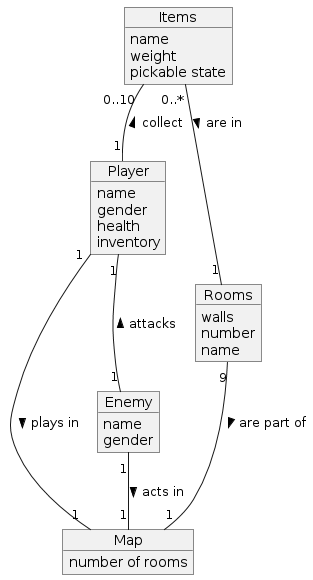
The PlantUML diagram docs/uml/DomainModel.png in nardib/TextAdventure, before a commit.
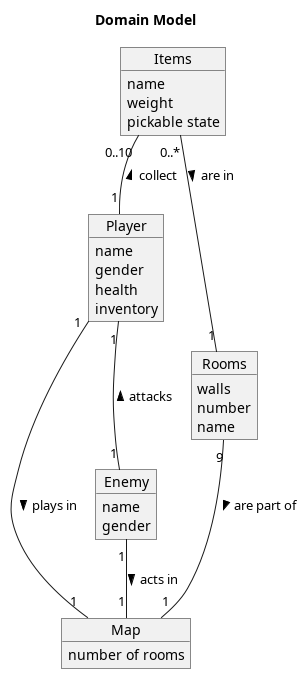
After the commit.

What changed in the source:
```diff
@@ -1,5 +1,8 @@
-@startuml
-object Player{
+@startuml DomainModel
+
+    TItle Domain Model
+
+    object Player{
         name
         gender
         health
@@ -30,4 +33,5 @@
     Enemy "1" -- "1" Map : acts in >
     Player "1" -- "1" Map : plays in >
     Items "0..*" -- "1" Rooms : are in >
+
 @enduml
```
